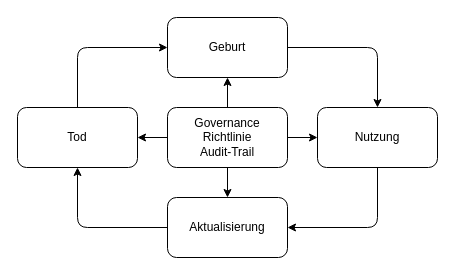
m-heim/IT-GRC keeps this draw.io diagram as seminararbeit/assets/idlc.drawio. Above is the earlier version. Source tidied: cells renumbered, new cells numbered last; positions are measured from the earlier drawing's top-left corner, leaving out a move shared by most shapes. Both pictures are drawn from the tidied source at 100%, with x=0, y=0 at pixel (17, 17).
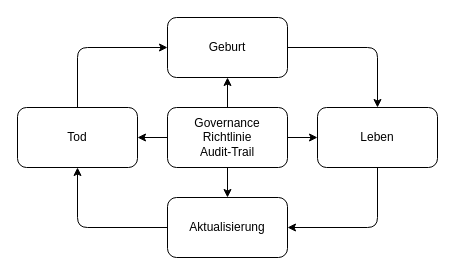
The same page after the edit.

Change to the diagram source:
```diff
@@
-    <mxCell id="12" value="Nutzung" style="rounded=1;whiteSpace=wrap;html=1;" parent="1" vertex="1">
+    <mxCell id="12" value="Leben" style="rounded=1;whiteSpace=wrap;html=1;" parent="1" vertex="1">
       <mxGeometry x="300" y="90" width="120" height="60" as="geometry" />
     </mxCell>
```
